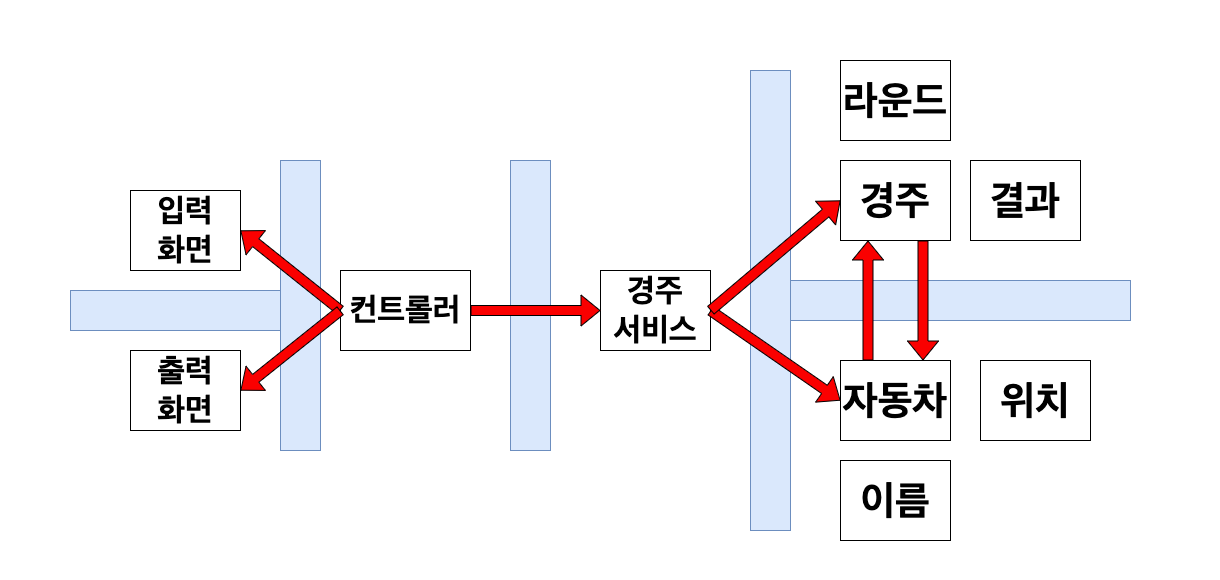
Before: docs/images/concept-bulkhead.png, a diagram exported from draw.io (ykmxxi/java-racingcar-7). Source tidied: cells renumbered, new cells last; positions are measured from the earlier drawing's top-left corner, leaving out a move shared by most shapes. Its diagram source:
```xml
<mxGraphModel>
  <root>
    <mxCell id="0" />
    <mxCell id="1" parent="0" />
    <mxCell id="2" value="&lt;b style=&quot;font-size: 32px;&quot;&gt;&lt;font style=&quot;font-size: 32px;&quot;&gt;입력&lt;br&gt;화면&lt;/font&gt;&lt;/b&gt;" style="text;html=1;align=center;verticalAlign=middle;whiteSpace=wrap;rounded=0;fillColor=none;strokeColor=default;" parent="1" vertex="1">
      <mxGeometry x="130" y="190" width="110" height="80" as="geometry" />
    </mxCell>
    <mxCell id="3" value="&lt;b style=&quot;font-size: 32px;&quot;&gt;출력&lt;br&gt;화면&lt;/b&gt;" style="text;html=1;align=center;verticalAlign=middle;whiteSpace=wrap;rounded=0;fillColor=none;strokeColor=default;" parent="1" vertex="1">
      <mxGeometry x="130" y="350" width="110" height="80" as="geometry" />
    </mxCell>
    <mxCell id="4" value="&lt;b&gt;&lt;font style=&quot;font-size: 32px;&quot;&gt;컨트롤러&lt;/font&gt;&lt;/b&gt;" style="text;html=1;align=center;verticalAlign=middle;whiteSpace=wrap;rounded=0;fillColor=none;strokeColor=default;" parent="1" vertex="1">
      <mxGeometry x="340" y="270" width="130" height="80" as="geometry" />
    </mxCell>
    <mxCell id="5" value="&lt;b style=&quot;font-size: 32px;&quot;&gt;&lt;font style=&quot;font-size: 32px;&quot;&gt;경주&lt;br&gt;서비스&lt;/font&gt;&lt;/b&gt;" style="text;html=1;align=center;verticalAlign=middle;whiteSpace=wrap;rounded=0;fillColor=none;strokeColor=default;" parent="1" vertex="1">
      <mxGeometry x="600" y="270" width="110" height="80" as="geometry" />
    </mxCell>
    <mxCell id="6" value="&lt;b&gt;&lt;font style=&quot;font-size: 40px;&quot;&gt;라운드&lt;/font&gt;&lt;/b&gt;" style="text;html=1;align=center;verticalAlign=middle;whiteSpace=wrap;rounded=0;fillColor=none;strokeColor=default;" parent="1" vertex="1">
      <mxGeometry x="840" y="60" width="110" height="80" as="geometry" />
    </mxCell>
    <mxCell id="7" value="&lt;b&gt;&lt;font style=&quot;font-size: 40px;&quot;&gt;자동차&lt;/font&gt;&lt;/b&gt;" style="text;html=1;align=center;verticalAlign=middle;whiteSpace=wrap;rounded=0;fillColor=none;strokeColor=default;" parent="1" vertex="1">
      <mxGeometry x="840" y="360" width="110" height="80" as="geometry" />
    </mxCell>
    <mxCell id="8" value="&lt;b&gt;&lt;font style=&quot;font-size: 40px;&quot;&gt;이름&lt;/font&gt;&lt;/b&gt;" style="text;html=1;align=center;verticalAlign=middle;whiteSpace=wrap;rounded=0;fillColor=none;strokeColor=default;" parent="1" vertex="1">
      <mxGeometry x="840" y="460" width="110" height="80" as="geometry" />
    </mxCell>
    <mxCell id="9" value="&lt;span style=&quot;font-size: 40px;&quot;&gt;&lt;b&gt;위치&lt;/b&gt;&lt;/span&gt;" style="text;html=1;align=center;verticalAlign=middle;whiteSpace=wrap;rounded=0;fillColor=none;strokeColor=default;" parent="1" vertex="1">
      <mxGeometry x="980" y="360" width="110" height="80" as="geometry" />
    </mxCell>
    <mxCell id="10" style="rounded=0;whiteSpace=wrap;html=1;direction=south;fillColor=#dae8fc;strokeColor=#6c8ebf;" parent="1" vertex="1">
      <mxGeometry x="280" y="160" width="40" height="290" as="geometry" />
    </mxCell>
    <mxCell id="11" style="rounded=0;whiteSpace=wrap;html=1;direction=south;fillColor=#dae8fc;strokeColor=#6c8ebf;" parent="1" vertex="1">
      <mxGeometry x="510" y="160" width="40" height="290" as="geometry" />
    </mxCell>
    <mxCell id="12" style="rounded=0;whiteSpace=wrap;html=1;direction=south;fillColor=#dae8fc;strokeColor=#6c8ebf;" parent="1" vertex="1">
      <mxGeometry x="750" y="70" width="40" height="460" as="geometry" />
    </mxCell>
    <mxCell id="13" style="rounded=0;whiteSpace=wrap;html=1;direction=west;fillColor=#dae8fc;strokeColor=#6c8ebf;" parent="1" vertex="1">
      <mxGeometry x="70" y="290" width="210" height="40" as="geometry" />
    </mxCell>
    <mxCell id="14" value="&amp;nbsp; &amp;nbsp;&amp;nbsp;" style="text;html=1;align=center;verticalAlign=middle;strokeColor=none;fillColor=none;" parent="1" vertex="1">
      <mxGeometry y="295" width="40" height="30" as="geometry" />
    </mxCell>
    <mxCell id="15" value="&amp;nbsp; &amp;nbsp;&amp;nbsp;" style="text;html=1;align=center;verticalAlign=middle;strokeColor=none;fillColor=none;" parent="1" vertex="1">
      <mxGeometry x="600" width="40" height="30" as="geometry" />
    </mxCell>
    <mxCell id="16" value="&amp;nbsp; &amp;nbsp;&amp;nbsp;" style="text;html=1;align=center;verticalAlign=middle;strokeColor=none;fillColor=none;" parent="1" vertex="1">
      <mxGeometry x="610" y="550" width="40" height="30" as="geometry" />
    </mxCell>
    <mxCell id="17" value="&amp;nbsp; &amp;nbsp;&amp;nbsp;" style="text;html=1;align=center;verticalAlign=middle;strokeColor=none;fillColor=none;" parent="1" vertex="1">
      <mxGeometry x="1160" y="280" width="40" height="30" as="geometry" />
    </mxCell>
    <mxCell id="18" style="shape=flexArrow;endArrow=classic;html=1;rounded=0;fillColor=#fa0000;entryX=1;entryY=0.5;entryDx=0;entryDy=0;exitX=0;exitY=0.5;exitDx=0;exitDy=0;" parent="1" edge="1" source="4" target="2">
      <mxGeometry relative="1" as="geometry" />
    </mxCell>
    <mxCell id="19" style="shape=flexArrow;endArrow=classic;html=1;rounded=0;fillColor=#fa0000;entryX=1;entryY=0.5;entryDx=0;entryDy=0;exitX=0;exitY=0.5;exitDx=0;exitDy=0;" parent="1" edge="1" source="4" target="3">
      <mxGeometry relative="1" as="geometry" />
    </mxCell>
    <mxCell id="20" style="shape=flexArrow;endArrow=classic;html=1;rounded=0;fillColor=#fa0000;entryX=0;entryY=0.5;entryDx=0;entryDy=0;exitX=1;exitY=0.5;exitDx=0;exitDy=0;" parent="1" edge="1" source="4" target="5">
      <mxGeometry relative="1" as="geometry" />
    </mxCell>
    <mxCell id="21" style="shape=flexArrow;endArrow=classic;html=1;rounded=0;fillColor=#fa0000;entryX=0;entryY=0.5;entryDx=0;entryDy=0;exitX=1;exitY=0.5;exitDx=0;exitDy=0;" parent="1" edge="1" source="5" target="7">
      <mxGeometry relative="1" as="geometry" />
    </mxCell>
    <mxCell id="22" style="rounded=0;whiteSpace=wrap;html=1;direction=west;fillColor=#dae8fc;strokeColor=#6c8ebf;" parent="1" vertex="1">
      <mxGeometry x="790" y="280" width="340" height="40" as="geometry" />
    </mxCell>
    <mxCell id="23" value="&amp;nbsp; &amp;nbsp;&amp;nbsp;" style="text;html=1;align=center;verticalAlign=middle;strokeColor=none;fillColor=none;" parent="1" vertex="1">
      <mxGeometry x="1180" y="280" width="40" height="30" as="geometry" />
    </mxCell>
    <mxCell id="24" value="&lt;b&gt;&lt;font style=&quot;font-size: 40px;&quot;&gt;경주&lt;/font&gt;&lt;/b&gt;" style="text;html=1;align=center;verticalAlign=middle;whiteSpace=wrap;rounded=0;fillColor=none;strokeColor=default;" parent="1" vertex="1">
      <mxGeometry x="840" y="160" width="110" height="80" as="geometry" />
    </mxCell>
    <mxCell id="25" value="&lt;b&gt;&lt;font style=&quot;font-size: 40px;&quot;&gt;결과&lt;/font&gt;&lt;/b&gt;" style="text;html=1;align=center;verticalAlign=middle;whiteSpace=wrap;rounded=0;fillColor=none;strokeColor=default;" parent="1" vertex="1">
      <mxGeometry x="970" y="160" width="110" height="80" as="geometry" />
    </mxCell>
    <mxCell id="26" style="shape=flexArrow;endArrow=classic;html=1;rounded=0;fillColor=#fa0000;entryX=0;entryY=0.5;entryDx=0;entryDy=0;exitX=1;exitY=0.5;exitDx=0;exitDy=0;" parent="1" edge="1" source="5" target="24">
      <mxGeometry relative="1" as="geometry" />
    </mxCell>
    <mxCell id="27" style="shape=flexArrow;endArrow=classic;html=1;rounded=0;fillColor=#fa0000;entryX=0.25;entryY=1;entryDx=0;entryDy=0;exitX=0.25;exitY=0;exitDx=0;exitDy=0;" parent="1" edge="1" source="7" target="24">
      <mxGeometry relative="1" as="geometry" />
    </mxCell>
    <mxCell id="28" style="shape=flexArrow;endArrow=classic;html=1;rounded=0;fillColor=#fa0000;entryX=0.75;entryY=0;entryDx=0;entryDy=0;exitX=0.75;exitY=1;exitDx=0;exitDy=0;" parent="1" edge="1" source="24" target="7">
      <mxGeometry relative="1" as="geometry" />
    </mxCell>
  </root>
</mxGraphModel>
```
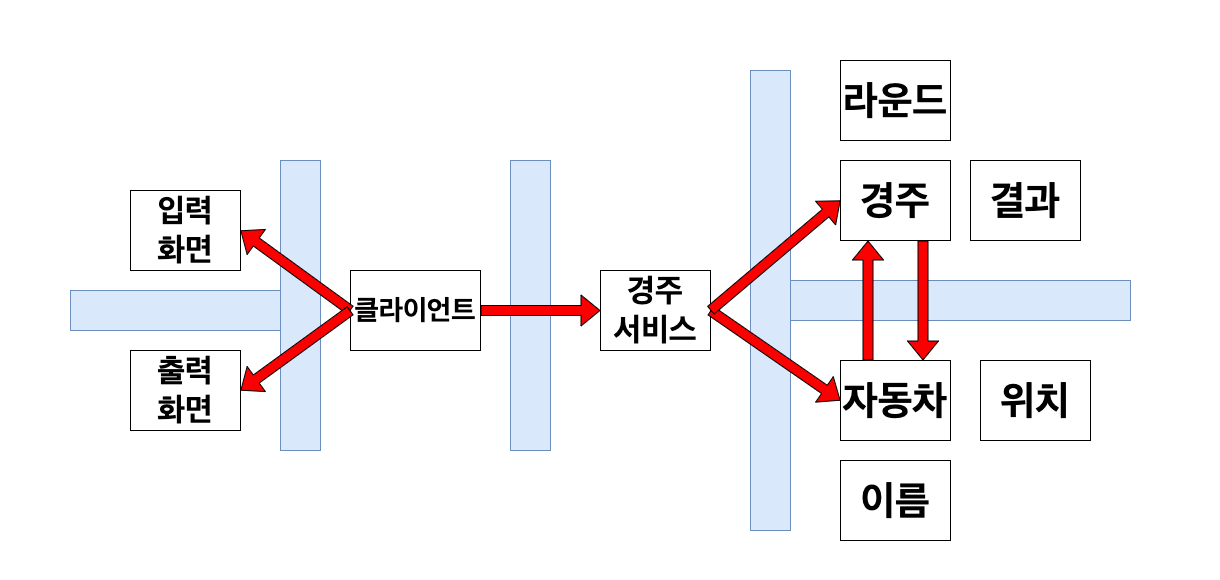
The same diagram one commit later.

Commit message:
docs: 개념과 격벽 이미지 수정

Change to the diagram source:
```diff
@@ -8,8 +8,8 @@
     <mxCell id="3" value="&lt;b style=&quot;font-size: 32px;&quot;&gt;출력&lt;br&gt;화면&lt;/b&gt;" style="text;html=1;align=center;verticalAlign=middle;whiteSpace=wrap;rounded=0;fillColor=none;strokeColor=default;" parent="1" vertex="1">
       <mxGeometry x="130" y="350" width="110" height="80" as="geometry" />
     </mxCell>
-    <mxCell id="4" value="&lt;b&gt;&lt;font style=&quot;font-size: 32px;&quot;&gt;컨트롤러&lt;/font&gt;&lt;/b&gt;" style="text;html=1;align=center;verticalAlign=middle;whiteSpace=wrap;rounded=0;fillColor=none;strokeColor=default;" parent="1" vertex="1">
-      <mxGeometry x="340" y="270" width="130" height="80" as="geometry" />
+    <mxCell id="4" value="&lt;b style=&quot;&quot;&gt;&lt;font style=&quot;font-size: 28px;&quot;&gt;클라이언트&lt;/font&gt;&lt;/b&gt;" style="text;html=1;align=center;verticalAlign=middle;whiteSpace=wrap;rounded=0;fillColor=none;strokeColor=default;" parent="1" vertex="1">
+      <mxGeometry x="350" y="270" width="130" height="80" as="geometry" />
     </mxCell>
     <mxCell id="5" value="&lt;b style=&quot;font-size: 32px;&quot;&gt;&lt;font style=&quot;font-size: 32px;&quot;&gt;경주&lt;br&gt;서비스&lt;/font&gt;&lt;/b&gt;" style="text;html=1;align=center;verticalAlign=middle;whiteSpace=wrap;rounded=0;fillColor=none;strokeColor=default;" parent="1" vertex="1">
       <mxGeometry x="600" y="270" width="110" height="80" as="geometry" />
```
